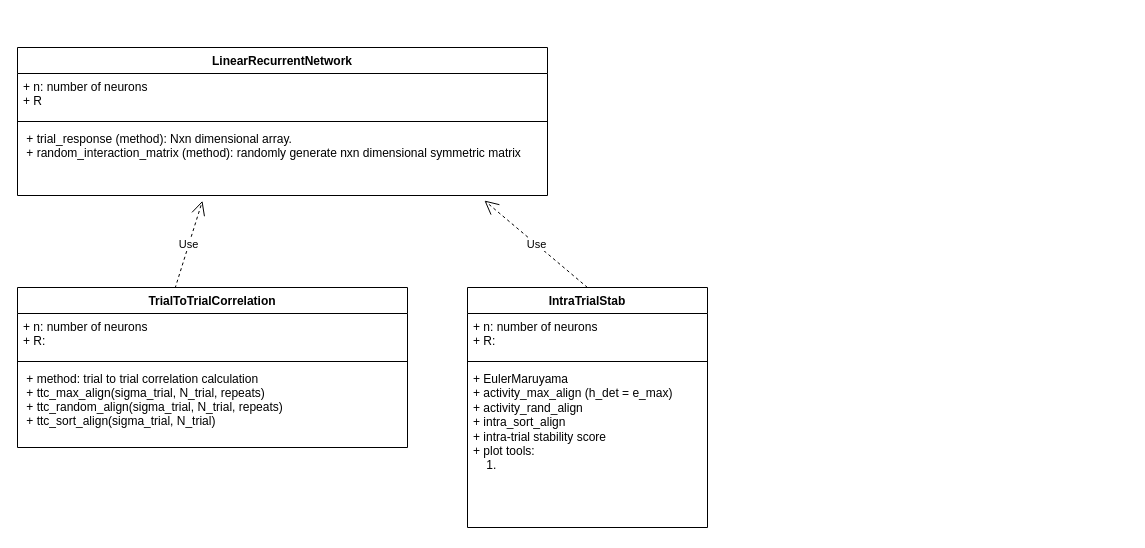
The draw.io diagram 1D_RNN.drawio in rzhou-space/MA_Networks, before the edit. Source tidied: cells renumbered, new cells numbered last; positions are measured from the earlier drawing's top-left corner, leaving out a move shared by most shapes. Both pictures are drawn from the tidied source at 100%, with x=0, y=0 at pixel (17, 47).
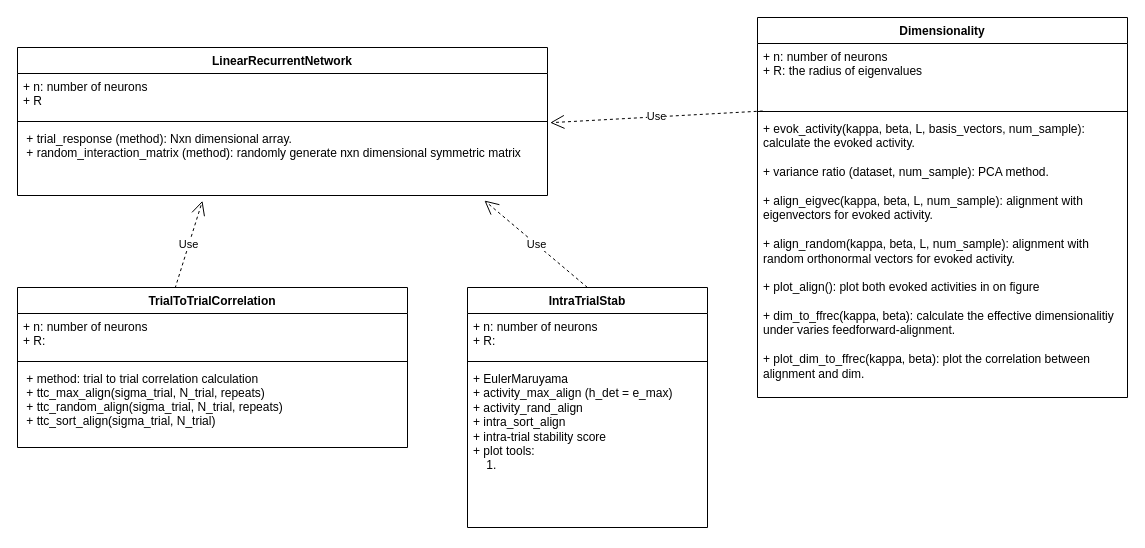
After the change.

The change refers to these unchanged cells:
```xml
<mxCell id="5" value=" + trial_response (method): Nxn dimensional array.&#10; + random_interaction_matrix (method): randomly generate nxn dimensional symmetric matrix &#10; " style="text;strokeColor=none;fillColor=none;align=left;verticalAlign=top;spacingLeft=4;spacingRight=4;overflow=hidden;points=[[0,0.5],[1,0.5]];portConstraint=eastwest;" parent="2" vertex="1">
  <mxGeometry y="78" width="530" height="70" as="geometry" />
</mxCell>
```

Diff of the diagram source:
```diff
@@
+    <mxCell id="16" value="Dimensionality" style="swimlane;fontStyle=1;align=center;verticalAlign=top;horizontal=1;startSize=26;whiteSpace=wrap;html=1;" parent="1" vertex="1">
+      <mxGeometry x="740" y="-30" width="370" height="380" as="geometry" />
+    </mxCell>
+    <mxCell id="17" value="+ n: number of neurons&lt;br&gt;+ R: the radius of eigenvalues&amp;nbsp;" style="text;strokeColor=none;fillColor=none;align=left;verticalAlign=top;spacingLeft=4;spacingRight=4;overflow=hidden;points=[[0,0.5],[1,0.5]];portConstraint=eastwest;whiteSpace=wrap;html=1;" parent="16" vertex="1">
+      <mxGeometry y="26" width="370" height="64" as="geometry" />
+    </mxCell>
+    <mxCell id="18" style="line;strokeWidth=1;fillColor=none;align=left;verticalAlign=middle;spacingTop=-1;spacingLeft=3;spacingRight=3;labelPosition=right;strokeColor=inherit;" parent="16" vertex="1">
+      <mxGeometry y="90" width="370" height="8" as="geometry" />
+    </mxCell>
+    <mxCell id="19" value="+ evok_activity(kappa, beta, L, basis_vectors, num_sample): calculate the evoked activity.&lt;br&gt;&lt;br&gt;+ variance ratio (dataset, num_sample): PCA method.&lt;br&gt;&lt;br&gt;+ align_eigvec(kappa, beta, L, num_sample): alignment with eigenvectors for evoked activity.&lt;br&gt;&lt;br&gt;+ align_random(kappa, beta, L, num_sample): alignment with random orthonormal vectors for evoked activity.&lt;br&gt;&lt;br&gt;+ plot_align(): plot both evoked activities in on figure&lt;br&gt;&lt;br&gt;+ dim_to_ffrec(kappa, beta): calculate the effective dimensionalitiy under varies feedforward-alignment.&lt;br&gt;&lt;br&gt;+ plot_dim_to_ffrec(kappa, beta): plot the correlation between alignment and dim.&amp;nbsp;" style="text;strokeColor=none;fillColor=none;align=left;verticalAlign=top;spacingLeft=4;spacingRight=4;overflow=hidden;whiteSpace=wrap;html=1;" parent="16" vertex="1">
+      <mxGeometry y="98" width="370" height="282" as="geometry" />
+    </mxCell>
+    <mxCell id="20" value="Use" style="endArrow=open;endSize=12;dashed=1;html=1;rounded=0;entryX=1.005;entryY=-0.04;entryDx=0;entryDy=0;entryPerimeter=0;exitX=0.014;exitY=1.055;exitDx=0;exitDy=0;exitPerimeter=0;" parent="1" edge="1" source="17" target="5">
+      <mxGeometry relative="1" as="geometry" />
+    </mxCell>
```
